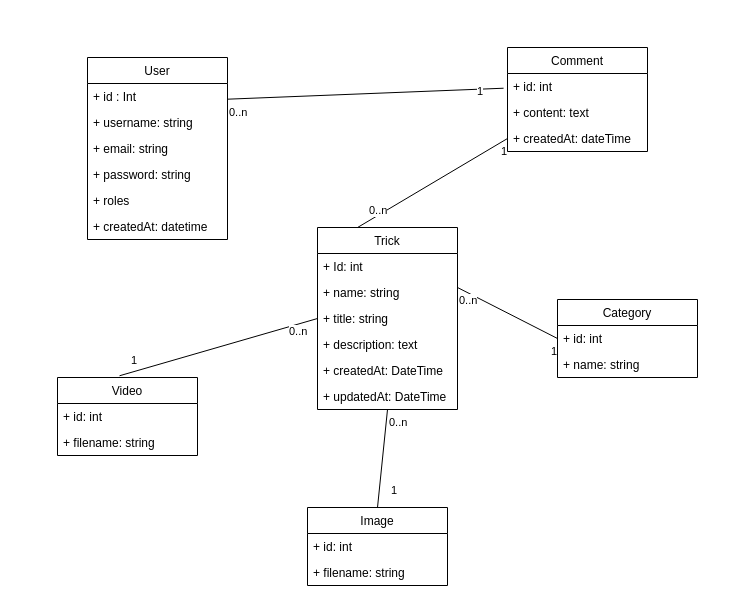
The draw.io diagram .docs/UML/UML_Class.drawio in IMAMx39/Snowtricks, before the edit. Source tidied: cells renumbered, new cells numbered last; positions are measured from the earlier drawing's top-left corner, leaving out a move shared by most shapes. Both pictures are drawn from the tidied source at 100%, with x=0, y=0 at pixel (57, 47).
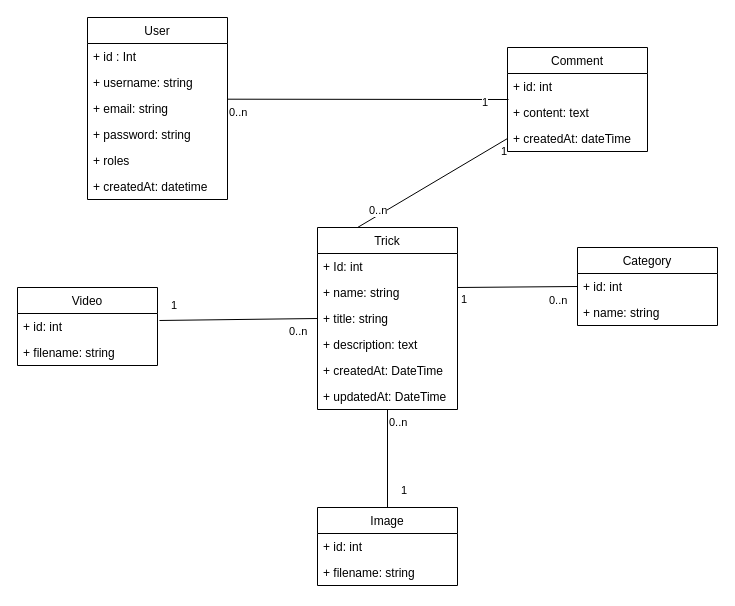
The same diagram, later.

Commit message:
Creating UML diagram

Unchanged cells that the change refers to:
```xml
<mxCell id="12" value="+ title: string" style="text;strokeColor=none;fillColor=none;align=left;verticalAlign=top;spacingLeft=4;spacingRight=4;overflow=hidden;points=[[0,0.5],[1,0.5]];portConstraint=eastwest;" parent="9" vertex="1">
  <mxGeometry y="78" width="140" height="26" as="geometry" />
</mxCell>
<mxCell id="20" value="+ id: int" style="text;strokeColor=none;fillColor=none;align=left;verticalAlign=top;spacingLeft=4;spacingRight=4;overflow=hidden;points=[[0,0.5],[1,0.5]];portConstraint=eastwest;" parent="19" vertex="1">
  <mxGeometry y="26" width="140" height="26" as="geometry" />
</mxCell>
<mxCell id="26" value="+ id: int" style="text;strokeColor=none;fillColor=none;align=left;verticalAlign=top;spacingLeft=4;spacingRight=4;overflow=hidden;points=[[0,0.5],[1,0.5]];portConstraint=eastwest;" parent="25" vertex="1">
  <mxGeometry y="26" width="140" height="26" as="geometry" />
</mxCell>
<mxCell id="29" style="endArrow=none;html=1;endSize=12;startArrow=none;startSize=14;startFill=0;rounded=0;entryX=0;entryY=0.5;entryDx=0;entryDy=0;endFill=0;strokeColor=default;" parent="1" edge="1" target="23">
  <mxGeometry x="0.21" y="-23" relative="1" as="geometry">
    <mxPoint x="400" y="240" as="sourcePoint" />
  </mxGeometry>
</mxCell>
```

The edit, as a diff of the source:
```diff
@@
     <mxCell id="2" value="User" style="swimlane;fontStyle=0;horizontal=1;startSize=26;fillColor=none;" parent="1" vertex="1">
-      <mxGeometry x="30" y="10" width="140" height="182" as="geometry" />
+      <mxGeometry x="30" y="-30" width="140" height="182" as="geometry" />
     </mxCell>
@@
     <mxCell id="16" value="Image" style="swimlane;fontStyle=0;horizontal=1;startSize=26;fillColor=none;" parent="1" vertex="1">
-      <mxGeometry x="250" y="460" width="140" height="78" as="geometry" />
+      <mxGeometry x="260" y="460" width="140" height="78" as="geometry" />
     </mxCell>
@@
     <mxCell id="19" value="Video" style="swimlane;fontStyle=0;horizontal=1;startSize=26;fillColor=none;" parent="1" vertex="1">
-      <mxGeometry y="330" width="140" height="78" as="geometry" />
+      <mxGeometry x="-40" y="240" width="140" height="78" as="geometry" />
     </mxCell>
@@
     <mxCell id="22" value="Category" style="swimlane;fontStyle=0;horizontal=1;startSize=26;fillColor=none;" parent="1" vertex="1">
-      <mxGeometry x="500" y="252" width="140" height="78" as="geometry" />
+      <mxGeometry x="520" y="200" width="140" height="78" as="geometry" />
     </mxCell>
@@
     <mxCell id="30" value="0..n" style="edgeLabel;html=1;align=left;verticalAlign=top;" parent="29" vertex="1">
-      <mxGeometry x="-1" relative="1" as="geometry" />
+      <mxGeometry x="-1" relative="1" as="geometry">
+        <mxPoint x="90" as="offset" />
+      </mxGeometry>
     </mxCell>
     <mxCell id="31" value="1" style="edgeLabel;html=1;align=right;verticalAlign=top;" parent="29" vertex="1">
-      <mxGeometry x="1" relative="1" as="geometry" />
+      <mxGeometry x="1" relative="1" as="geometry">
+        <mxPoint x="-110" as="offset" />
+      </mxGeometry>
     </mxCell>
@@
-    <mxCell id="35" style="endArrow=none;html=1;endSize=12;startArrow=none;startSize=14;startFill=0;rounded=0;entryX=-0.028;entryY=0.566;entryDx=0;entryDy=0;entryPerimeter=0;endFill=0;" parent="1" edge="1" target="26">
+    <mxCell id="35" style="endArrow=none;html=1;endSize=12;startArrow=none;startSize=14;startFill=0;rounded=0;entryX=0.007;entryY=1;entryDx=0;entryDy=0;entryPerimeter=0;endFill=0;" parent="1" edge="1" target="26">
       <mxGeometry relative="1" as="geometry">
         <mxPoint x="170" y="51.7" as="sourcePoint" />
       </mxGeometry>
     </mxCell>
@@
-    <mxCell id="38" style="endArrow=none;html=1;endSize=12;startArrow=none;startSize=14;startFill=0;rounded=0;exitX=0;exitY=0.5;exitDx=0;exitDy=0;entryX=0.443;entryY=-0.022;entryDx=0;entryDy=0;entryPerimeter=0;endFill=0;" parent="1" edge="1" source="12" target="19">
+    <mxCell id="38" style="endArrow=none;html=1;endSize=12;startArrow=none;startSize=14;startFill=0;rounded=0;exitX=0;exitY=0.5;exitDx=0;exitDy=0;entryX=1.014;entryY=0.269;entryDx=0;entryDy=0;entryPerimeter=0;endFill=0;" parent="1" edge="1" source="12" target="20">
       <mxGeometry x="-0.12" y="25" relative="1" as="geometry" />
     </mxCell>
```
